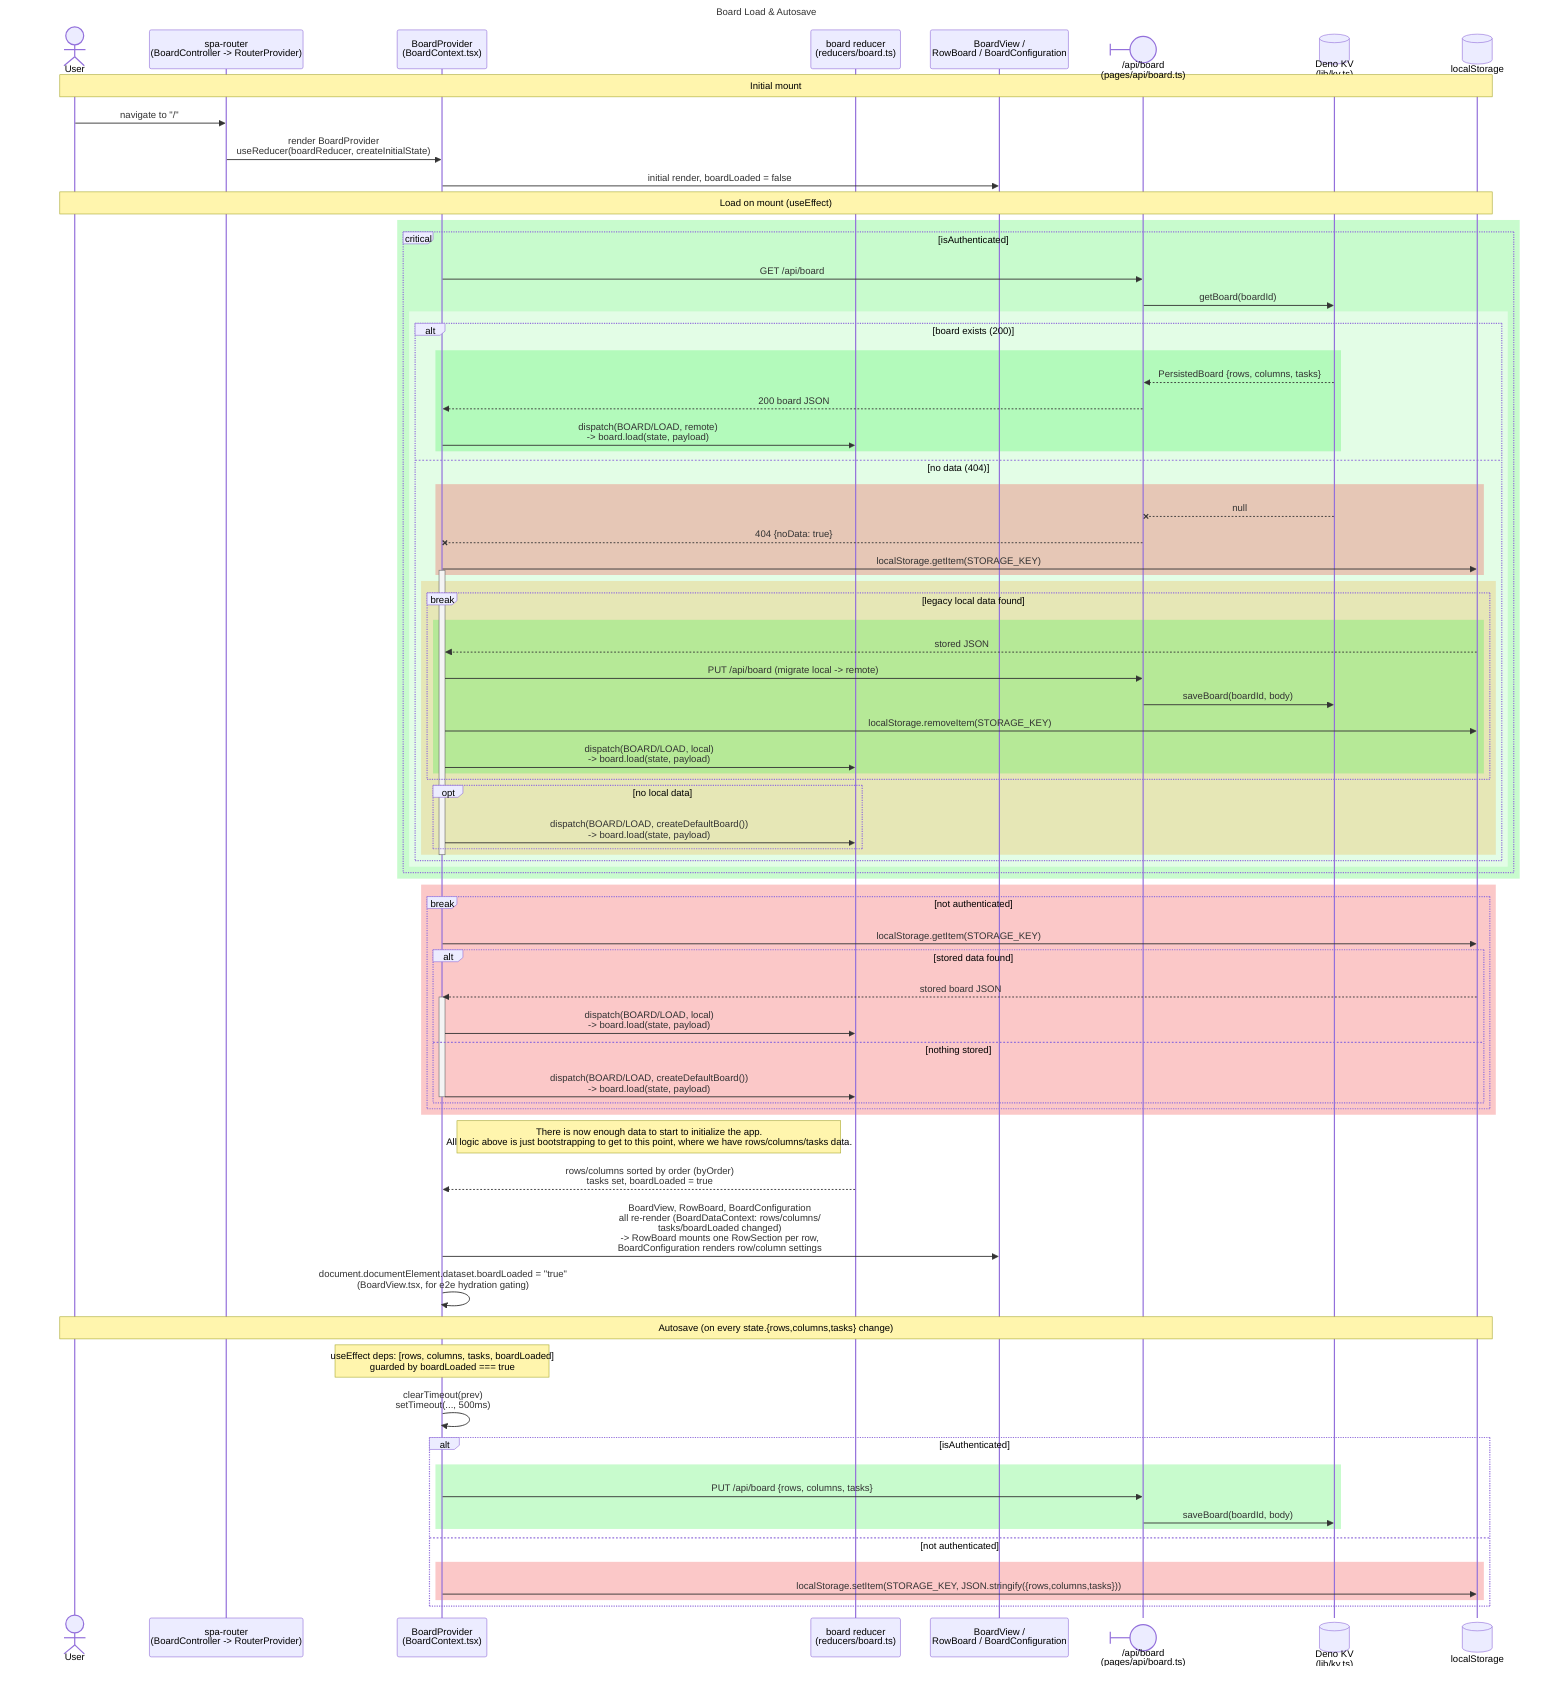
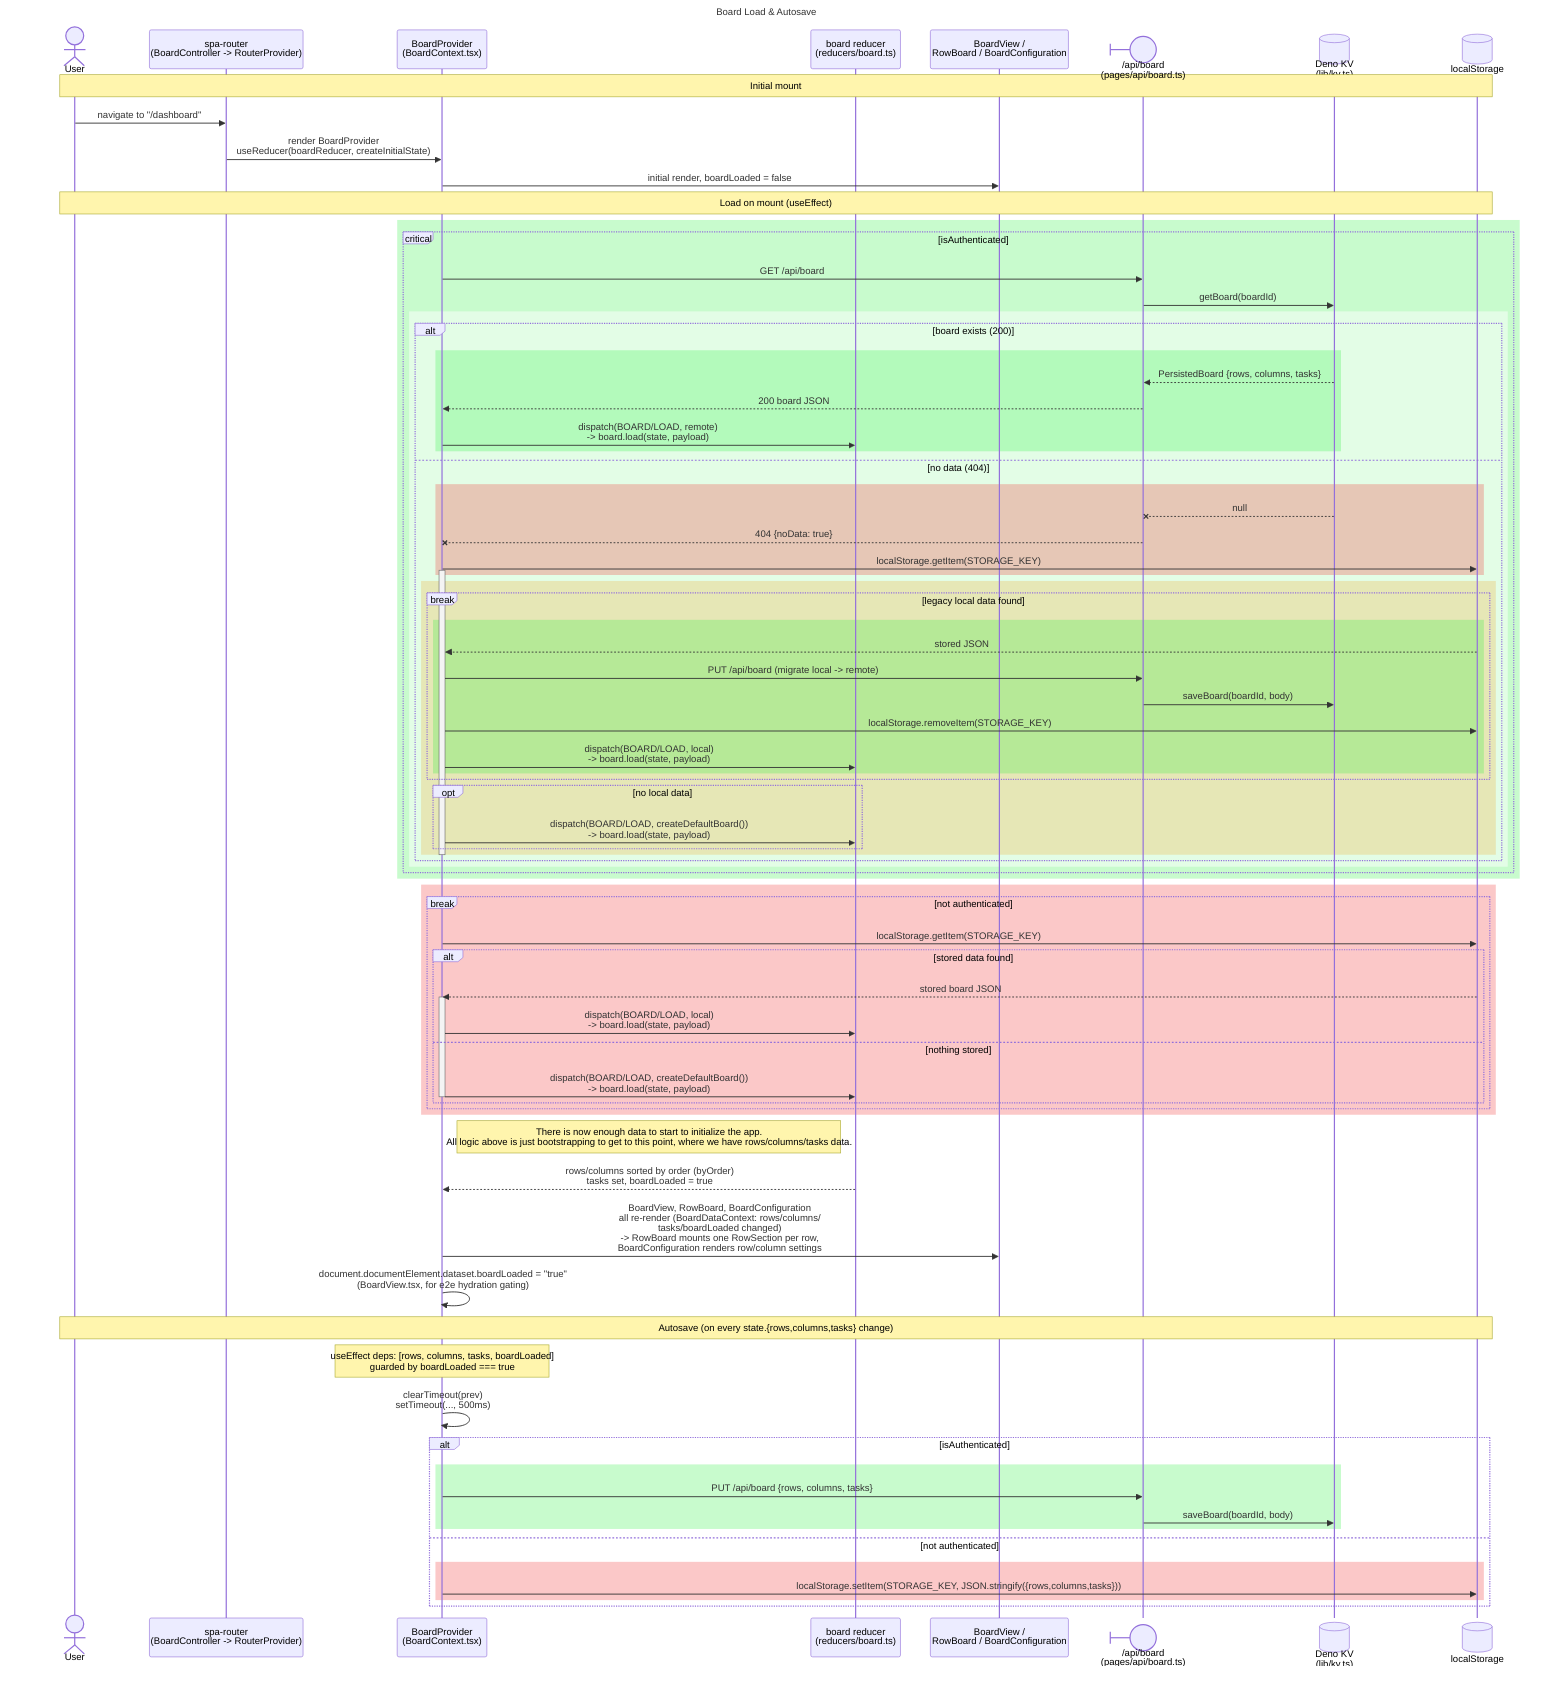
---
title: Board Load & Autosave
---
sequenceDiagram
    actor User
    participant Router as spa-router<br/>(BoardController -> RouterProvider)
    participant Provider as BoardProvider<br/>(BoardContext.tsx)
    participant Reducer as board reducer<br/>(reducers/board.ts)
    participant View as BoardView /<br/>RowBoard / BoardConfiguration
    participant API@{ "type" : "boundary" } as /api/board<br/>(pages/api/board.ts)
    participant KV@{ "type" : "database" } as Deno KV<br/>(lib/kv.ts)
    participant LS@{ "type" : "database" } as localStorage

    Note over User,LS: Initial mount
-     User->>Router: navigate to "/"
+     User->>Router: navigate to "/dashboard"
    Router->>Provider: render BoardProvider<br/>useReducer(boardReducer, createInitialState)
    Provider->>View: initial render, boardLoaded = false

    Note over User,LS: Load on mount (useEffect)
    rect rgba(38, 240, 58, 0.25)
        critical isAuthenticated
            Provider->>API: GET /api/board
            API->>KV: getBoard(boardId)
            rect rgba(255, 255, 255, 0.5)
                alt board exists (200)
                    rect rgba(38, 240, 58, 0.25)
                        KV-->>API: PersistedBoard {rows, columns, tasks}
                        API-->>Provider: 200 board JSON
                        Provider->>Reducer: dispatch(BOARD/LOAD, remote)<br/>-> board.load(state, payload)
                    end
                else no data (404)

                    rect rgba(240, 38, 38, 0.25)
                        KV--xAPI: null
                        API--xProvider: 404 {noData: true}
                        Provider->>LS: localStorage.getItem(STORAGE_KEY)
                        activate Provider
                    end
                    rect rgba(240, 163, 38, 0.25)
                        break legacy local data found
                            rect rgba(38, 240, 58, 0.25)
                                LS-->>Provider: stored JSON
                                Provider->>API: PUT /api/board (migrate local -> remote)
                                API->>KV: saveBoard(boardId, body)
                                Provider->>LS: localStorage.removeItem(STORAGE_KEY)
                                Provider->>Reducer: dispatch(BOARD/LOAD, local)<br/>-> board.load(state, payload)
                            end
                        end
                        opt no local data
                            Provider->>Reducer: dispatch(BOARD/LOAD, createDefaultBoard())<br/>-> board.load(state, payload)
                        end
                    end
                    deactivate Provider
                end
            end
        end
    end
    rect rgba(240, 38, 38, 0.25)
        break not authenticated
            Provider->>LS: localStorage.getItem(STORAGE_KEY)
            alt stored data found
                LS-->>Provider: stored board JSON
                activate Provider
                Provider->>Reducer: dispatch(BOARD/LOAD, local)<br/>-> board.load(state, payload)
            else nothing stored
                Provider->>Reducer: dispatch(BOARD/LOAD, createDefaultBoard())<br/>-> board.load(state, payload)
                deactivate Provider
            end
        end
    end

    Note right of Provider: There is now enough data to start to initialize the app.<br />All logic above is just bootstrapping to get to this point, where we have rows/columns/tasks data.

    Reducer-->>Provider: rows/columns sorted by order (byOrder)<br/>tasks set, boardLoaded = true
    Provider->>View: BoardView, RowBoard, BoardConfiguration<br/>all re-render (BoardDataContext: rows/columns/<br/>tasks/boardLoaded changed)<br/>-> RowBoard mounts one RowSection per row,<br/>BoardConfiguration renders row/column settings
    Provider->>Provider: document.documentElement.dataset.boardLoaded = "true"<br/>(BoardView.tsx, for e2e hydration gating)

    Note over User,LS: Autosave (on every state.{rows,columns,tasks} change)
    Note over Provider: useEffect deps: [rows, columns, tasks, boardLoaded]<br/>guarded by boardLoaded === true
    Provider->>Provider: clearTimeout(prev)<br/>setTimeout(..., 500ms)
    alt isAuthenticated
        rect rgba(38, 240, 58, 0.25)
            Provider->>API: PUT /api/board {rows, columns, tasks}
            API->>KV: saveBoard(boardId, body)
        end
    else not authenticated
        rect rgba(240, 38, 38, 0.25)
            Provider->>LS: localStorage.setItem(STORAGE_KEY, JSON.stringify({rows,columns,tasks}))
        end
    end
